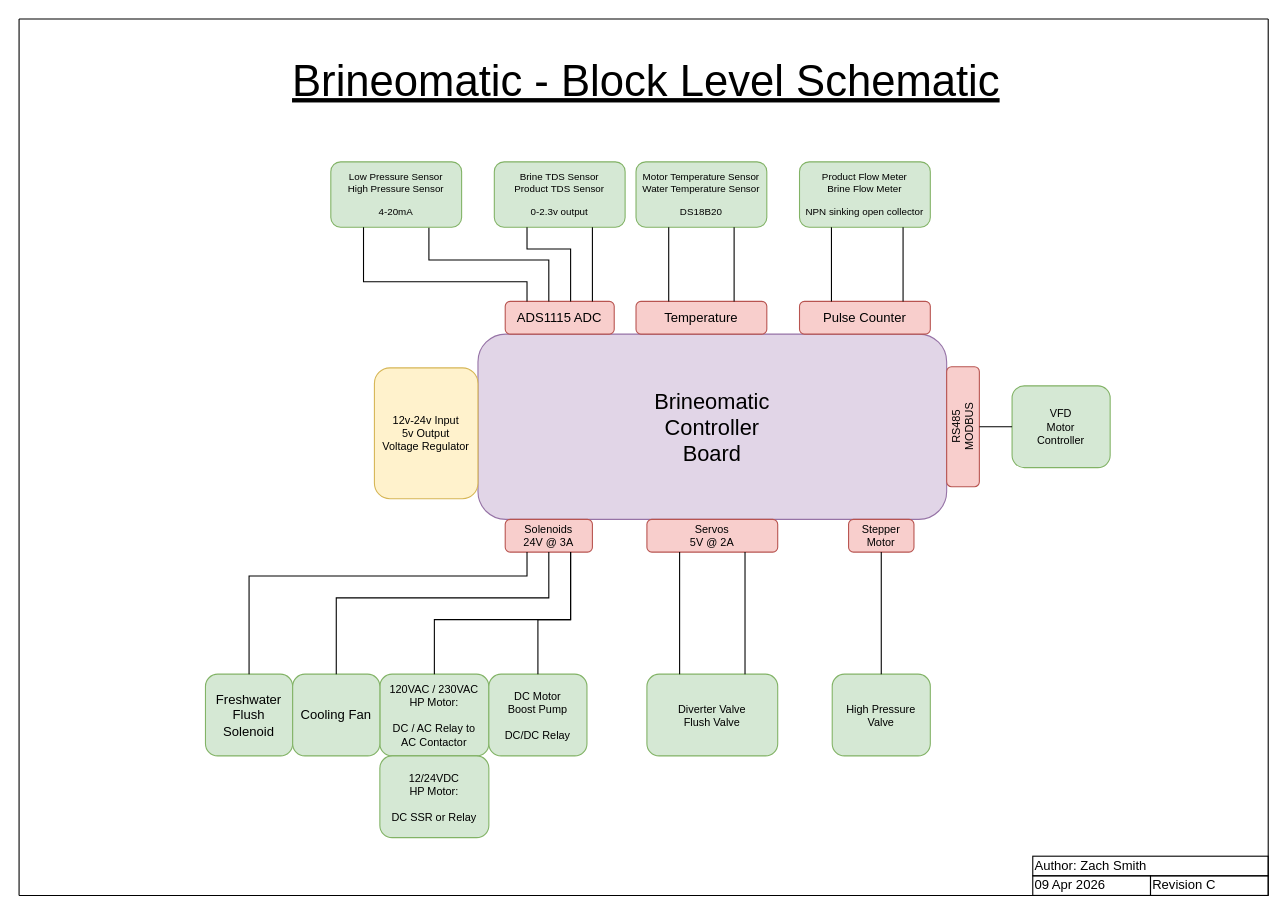
Before: page "Electrical - Control Board" (2 of 5) of diagrams/Brine-o-Matic 9000.drawio in hoeken/brineomatic-website, a draw.io diagram. Source tidied: cells renumbered, new cells numbered last; positions are measured from the earlier drawing's top-left corner, leaving out a move shared by most shapes. Both pictures are drawn from the tidied source at 109%, with x=0, y=0 at pixel (19, 19).
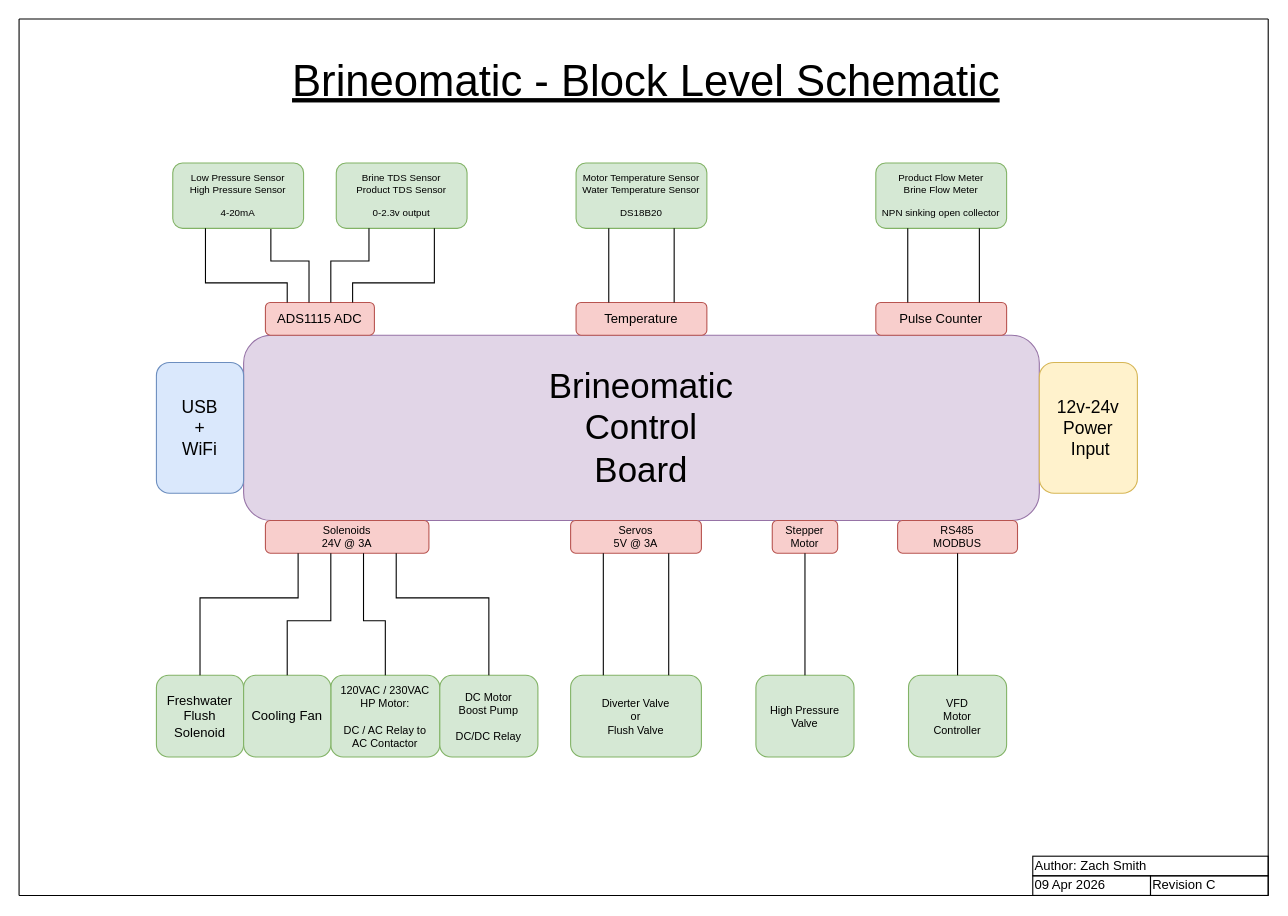
The same diagram, later.

Commit message (it also covers changes not shown here):
updated the brineomatic diagrams

What changed in the source:
```diff
@@
-    <mxCell id="2" value="Brineomatic&lt;br style=&quot;font-size: 20px;&quot;&gt;Controller&lt;br style=&quot;font-size: 20px;&quot;&gt;Board" style="rounded=1;whiteSpace=wrap;html=1;fillColor=#e1d5e7;strokeColor=#9673a6;fontSize=20;" parent="1" vertex="1">
-      <mxGeometry x="421" y="289" width="430" height="170" as="geometry" />
+    <mxCell id="2" value="&lt;font style=&quot;font-size: 32px;&quot;&gt;Brineomatic&lt;br style=&quot;&quot;&gt;Control&lt;br style=&quot;&quot;&gt;Board&lt;/font&gt;" style="rounded=1;whiteSpace=wrap;html=1;fillColor=#e1d5e7;strokeColor=#9673a6;fontSize=20;" parent="1" vertex="1">
+      <mxGeometry x="206" y="290" width="730" height="170" as="geometry" />
     </mxCell>
     <mxCell id="3" value="Freshwater&lt;br style=&quot;font-size: 12px;&quot;&gt;Flush&lt;br style=&quot;font-size: 12px;&quot;&gt;Solenoid&lt;br&gt;" style="rounded=1;whiteSpace=wrap;html=1;fillColor=#d5e8d4;strokeColor=#82b366;fontSize=12;" parent="1" vertex="1">
-      <mxGeometry x="171" y="601" width="80" height="75" as="geometry" />
+      <mxGeometry x="126" y="602" width="80" height="75" as="geometry" />
     </mxCell>
     <mxCell id="4" value="120VAC / 230VAC&lt;br&gt;HP Motor:&lt;br&gt;&lt;br style=&quot;font-size: 10px;&quot;&gt;DC / AC Relay to&lt;br style=&quot;font-size: 10px;&quot;&gt;AC Contactor" style="rounded=1;whiteSpace=wrap;html=1;fillColor=#d5e8d4;strokeColor=#82b366;fontSize=10;" parent="1" vertex="1">
-      <mxGeometry x="331" y="601" width="100" height="75" as="geometry" />
+      <mxGeometry x="286" y="602" width="100" height="75" as="geometry" />
     </mxCell>
-    <mxCell id="5" value="Diverter Valve&lt;br&gt;Flush Valve" style="rounded=1;whiteSpace=wrap;html=1;fillColor=#d5e8d4;strokeColor=#82b366;fontSize=10;" parent="1" vertex="1">
-      <mxGeometry x="576" y="601" width="120" height="75" as="geometry" />
+    <mxCell id="5" value="Diverter Valve&lt;br&gt;or&lt;br&gt;Flush Valve" style="rounded=1;whiteSpace=wrap;html=1;fillColor=#d5e8d4;strokeColor=#82b366;fontSize=10;" parent="1" vertex="1">
+      <mxGeometry x="506" y="602" width="120" height="75" as="geometry" />
     </mxCell>
     <mxCell id="6" value="Brine TDS Sensor&lt;br&gt;Product TDS Sensor&lt;br&gt;&lt;br&gt;0-2.3v output" style="rounded=1;whiteSpace=wrap;html=1;fillColor=#d5e8d4;strokeColor=#82b366;fontSize=9;" parent="1" vertex="1">
-      <mxGeometry x="436" y="131" width="120" height="60" as="geometry" />
+      <mxGeometry x="291" y="132" width="120" height="60" as="geometry" />
     </mxCell>
     <mxCell id="7" value="Cooling Fan" style="rounded=1;whiteSpace=wrap;html=1;fillColor=#d5e8d4;strokeColor=#82b366;" parent="1" vertex="1">
-      <mxGeometry x="251" y="601" width="80" height="75" as="geometry" />
+      <mxGeometry x="206" y="602" width="80" height="75" as="geometry" />
     </mxCell>
     <mxCell id="8" value="ADS1115 ADC" style="rounded=1;whiteSpace=wrap;html=1;fillColor=#f8cecc;strokeColor=#b85450;points=[[0,0,0,0,0],[0,0.23,0,0,0],[0,0.5,0,0,0],[0,0.77,0,0,0],[0,1,0,0,0],[0.2,0,0,0,0],[0.25,1,0,0,0],[0.4,0,0,0,0],[0.5,1,0,0,0],[0.6,0,0,0,0],[0.75,1,0,0,0],[0.8,0,0,0,0],[1,0,0,0,0],[1,0.27,0,0,0],[1,0.5,0,0,0],[1,0.77,0,0,0],[1,1,0,0,0]];" parent="1" vertex="1">
-      <mxGeometry x="446" y="259" width="100" height="30" as="geometry" />
+      <mxGeometry x="226" y="260" width="100" height="30" as="geometry" />
     </mxCell>
     <mxCell id="9" style="endArrow=none;html=1;rounded=0;entryX=0.25;entryY=1;entryDx=0;entryDy=0;exitX=0.6;exitY=0;exitDx=0;exitDy=0;exitPerimeter=0;edgeStyle=orthogonalEdgeStyle;" parent="1" edge="1" source="8" target="6">
       <mxGeometry relative="1" as="geometry">
         <Array as="points">
-          <mxPoint x="506" y="211" />
-          <mxPoint x="466" y="211" />
+          <mxPoint x="286" y="222" />
+          <mxPoint x="321" y="222" />
         </Array>
       </mxGeometry>
     </mxCell>
     <mxCell id="10" value="Pulse Counter" style="rounded=1;whiteSpace=wrap;html=1;fillColor=#f8cecc;strokeColor=#b85450;" parent="1" vertex="1">
-      <mxGeometry x="716" y="259" width="120" height="30" as="geometry" />
+      <mxGeometry x="786" y="260" width="120" height="30" as="geometry" />
     </mxCell>
     <mxCell id="11" style="endArrow=none;html=1;rounded=0;entryX=0.75;entryY=1;entryDx=0;entryDy=0;exitX=0.4;exitY=0;exitDx=0;exitDy=0;exitPerimeter=0;edgeStyle=orthogonalEdgeStyle;" parent="1" edge="1" source="8" target="19">
       <mxGeometry relative="1" as="geometry">
         <Array as="points">
-          <mxPoint x="486" y="221" />
-          <mxPoint x="376" y="221" />
+          <mxPoint x="266" y="222" />
+          <mxPoint x="231" y="222" />
         </Array>
       </mxGeometry>
     </mxCell>
-    <mxCell id="12" value="Solenoids&lt;br style=&quot;font-size: 10px;&quot;&gt;24V @ 3A" style="rounded=1;whiteSpace=wrap;html=1;fillColor=#f8cecc;strokeColor=#b85450;points=[[0,0,0,0,0],[0,0.23,0,0,0],[0,0.5,0,0,0],[0,0.77,0,0,0],[0,1,0,0,0],[0.2,0,0,0,0],[0.25,1,0,0,0],[0.4,0,0,0,0],[0.5,1,0,0,0],[0.6,0,0,0,0],[0.75,1,0,0,0],[0.8,0,0,0,0],[1,0,0,0,0],[1,0.27,0,0,0],[1,0.5,0,0,0],[1,0.77,0,0,0],[1,1,0,0,0]];fontSize=10;" parent="1" vertex="1">
-      <mxGeometry x="446" y="459" width="80" height="30" as="geometry" />
+    <mxCell id="12" value="Solenoids&lt;br style=&quot;font-size: 10px;&quot;&gt;24V @ 3A" style="rounded=1;whiteSpace=wrap;html=1;fillColor=#f8cecc;strokeColor=#b85450;points=[[0,0,0,0,0],[0,0.23,0,0,0],[0,0.5,0,0,0],[0,0.77,0,0,0],[0,1,0,0,0],[0.2,0,0,0,0],[0.2,1,0,0,0],[0.4,0,0,0,0],[0.4,1,0,0,0],[0.6,0,0,0,0],[0.6,1,0,0,0],[0.8,0,0,0,0],[0.8,1,0,0,0],[1,0,0,0,0],[1,0.27,0,0,0],[1,0.5,0,0,0],[1,0.77,0,0,0],[1,1,0,0,0]];fontSize=10;" parent="1" vertex="1">
+      <mxGeometry x="226" y="460" width="150" height="30" as="geometry" />
     </mxCell>
-    <mxCell id="13" style="endArrow=none;html=1;rounded=0;fontSize=10;exitX=0.5;exitY=0;exitDx=0;exitDy=0;entryX=0.25;entryY=1;entryDx=0;entryDy=0;entryPerimeter=0;edgeStyle=orthogonalEdgeStyle;" parent="1" edge="1" source="3" target="12">
+    <mxCell id="13" style="endArrow=none;html=1;rounded=0;fontSize=10;exitX=0.5;exitY=0;exitDx=0;exitDy=0;entryX=0.2;entryY=1;entryDx=0;entryDy=0;entryPerimeter=0;edgeStyle=orthogonalEdgeStyle;" parent="1" edge="1" source="3" target="12">
       <mxGeometry relative="1" as="geometry">
         <Array as="points">
-          <mxPoint x="211" y="511" />
-          <mxPoint x="466" y="511" />
+          <mxPoint x="166" y="531" />
+          <mxPoint x="256" y="531" />
         </Array>
       </mxGeometry>
     </mxCell>
-    <mxCell id="14" style="endArrow=none;html=1;rounded=0;fontSize=10;exitX=0.5;exitY=0;exitDx=0;exitDy=0;entryX=0.5;entryY=1;entryDx=0;entryDy=0;entryPerimeter=0;edgeStyle=orthogonalEdgeStyle;" parent="1" edge="1" source="7" target="12">
+    <mxCell id="14" style="endArrow=none;html=1;rounded=0;fontSize=10;exitX=0.5;exitY=0;exitDx=0;exitDy=0;entryX=0.4;entryY=1;entryDx=0;entryDy=0;entryPerimeter=0;edgeStyle=orthogonalEdgeStyle;" parent="1" edge="1" source="7" target="12">
       <mxGeometry relative="1" as="geometry">
         <Array as="points">
-          <mxPoint x="291" y="531" />
-          <mxPoint x="486" y="531" />
+          <mxPoint x="246" y="552" />
+          <mxPoint x="286" y="552" />
         </Array>
       </mxGeometry>
     </mxCell>
-    <mxCell id="15" style="endArrow=none;html=1;rounded=0;fontSize=10;exitX=0.75;exitY=1;exitDx=0;exitDy=0;exitPerimeter=0;entryX=0.5;entryY=0;entryDx=0;entryDy=0;edgeStyle=orthogonalEdgeStyle;" parent="1" edge="1" source="12" target="4">
+    <mxCell id="15" style="endArrow=none;html=1;rounded=0;fontSize=10;exitX=0.6;exitY=1;exitDx=0;exitDy=0;exitPerimeter=0;entryX=0.5;entryY=0;entryDx=0;entryDy=0;edgeStyle=orthogonalEdgeStyle;" parent="1" edge="1" source="12" target="4">
       <mxGeometry relative="1" as="geometry">
         <Array as="points">
-          <mxPoint x="506" y="551" />
-          <mxPoint x="381" y="551" />
+          <mxPoint x="316" y="552" />
+          <mxPoint x="336" y="552" />
         </Array>
       </mxGeometry>
     </mxCell>
-    <mxCell id="16" value="Servos&lt;br&gt;5V @ 2A" style="rounded=1;whiteSpace=wrap;html=1;fillColor=#f8cecc;strokeColor=#b85450;points=[[0,0,0,0,0],[0,0.23,0,0,0],[0,0.5,0,0,0],[0,0.77,0,0,0],[0,1,0,0,0],[0.2,0,0,0,0],[0.25,1,0,0,0],[0.4,0,0,0,0],[0.5,1,0,0,0],[0.6,0,0,0,0],[0.75,1,0,0,0],[0.8,0,0,0,0],[1,0,0,0,0],[1,0.27,0,0,0],[1,0.5,0,0,0],[1,0.77,0,0,0],[1,1,0,0,0]];fontSize=10;" parent="1" vertex="1">
-      <mxGeometry x="576" y="459" width="120" height="30" as="geometry" />
+    <mxCell id="16" value="Servos&lt;br&gt;5V @ 3A" style="rounded=1;whiteSpace=wrap;html=1;fillColor=#f8cecc;strokeColor=#b85450;points=[[0,0,0,0,0],[0,0.23,0,0,0],[0,0.5,0,0,0],[0,0.77,0,0,0],[0,1,0,0,0],[0.2,0,0,0,0],[0.25,1,0,0,0],[0.4,0,0,0,0],[0.5,1,0,0,0],[0.6,0,0,0,0],[0.75,1,0,0,0],[0.8,0,0,0,0],[1,0,0,0,0],[1,0.27,0,0,0],[1,0.5,0,0,0],[1,0.77,0,0,0],[1,1,0,0,0]];fontSize=10;" parent="1" vertex="1">
+      <mxGeometry x="506" y="460" width="120" height="30" as="geometry" />
     </mxCell>
@@
-    <mxCell id="18" value="12v-24v Input&lt;br&gt;5v Output&lt;br&gt;Voltage Regulator" style="rounded=1;whiteSpace=wrap;html=1;fontSize=10;fillColor=#fff2cc;strokeColor=#d6b656;" parent="1" vertex="1">
-      <mxGeometry x="326" y="320" width="95" height="120" as="geometry" />
+    <mxCell id="18" value="12v-24v&lt;br&gt;Power&lt;br&gt;&amp;nbsp;Input" style="rounded=1;whiteSpace=wrap;html=1;fontSize=16;fillColor=#fff2cc;strokeColor=#d6b656;" parent="1" vertex="1">
+      <mxGeometry x="936" y="315" width="90" height="120" as="geometry" />
     </mxCell>
     <mxCell id="19" value="Low Pressure Sensor&lt;br&gt;High Pressure Sensor&lt;br&gt;&lt;br&gt;4-20mA" style="rounded=1;whiteSpace=wrap;html=1;fillColor=#d5e8d4;strokeColor=#82b366;fontSize=9;" parent="1" vertex="1">
-      <mxGeometry x="286" y="131" width="120" height="60" as="geometry" />
+      <mxGeometry x="141" y="132" width="120" height="60" as="geometry" />
     </mxCell>
     <mxCell id="20" style="endArrow=none;html=1;rounded=0;entryX=0.25;entryY=1;entryDx=0;entryDy=0;exitX=0.2;exitY=0;exitDx=0;exitDy=0;exitPerimeter=0;edgeStyle=orthogonalEdgeStyle;" parent="1" edge="1" source="8" target="19">
       <mxGeometry relative="1" as="geometry">
         <Array as="points">
-          <mxPoint x="466" y="241" />
-          <mxPoint x="316" y="241" />
+          <mxPoint x="246" y="242" />
+          <mxPoint x="171" y="242" />
         </Array>
       </mxGeometry>
     </mxCell>
@@
     <mxCell id="29" value="DC Motor&lt;br style=&quot;font-size: 10px;&quot;&gt;Boost Pump&lt;br style=&quot;font-size: 10px;&quot;&gt;&lt;br style=&quot;font-size: 10px;&quot;&gt;DC/DC Relay" style="rounded=1;whiteSpace=wrap;html=1;fillColor=#d5e8d4;strokeColor=#82b366;fontSize=10;" parent="1" vertex="1">
-      <mxGeometry x="431" y="601" width="90" height="75" as="geometry" />
+      <mxGeometry x="386" y="602" width="90" height="75" as="geometry" />
     </mxCell>
-    <mxCell id="30" style="endArrow=none;html=1;rounded=0;fontSize=10;exitX=0.75;exitY=1;exitDx=0;exitDy=0;exitPerimeter=0;entryX=0.5;entryY=0;entryDx=0;entryDy=0;edgeStyle=orthogonalEdgeStyle;" parent="1" edge="1" source="12" target="29">
+    <mxCell id="30" style="endArrow=none;html=1;rounded=0;fontSize=10;exitX=0.8;exitY=1;exitDx=0;exitDy=0;exitPerimeter=0;entryX=0.5;entryY=0;entryDx=0;entryDy=0;edgeStyle=orthogonalEdgeStyle;" parent="1" edge="1" source="12" target="29">
       <mxGeometry relative="1" as="geometry">
         <Array as="points">
-          <mxPoint x="506" y="551" />
-          <mxPoint x="476" y="551" />
+          <mxPoint x="346" y="531" />
+          <mxPoint x="431" y="531" />
         </Array>
       </mxGeometry>
     </mxCell>
-    <mxCell id="31" value="12/24VDC&lt;br&gt;HP Motor:&lt;br&gt;&lt;br style=&quot;font-size: 10px;&quot;&gt;DC SSR or Relay" style="rounded=1;whiteSpace=wrap;html=1;fillColor=#d5e8d4;strokeColor=#82b366;fontSize=10;" parent="1" vertex="1">
-      <mxGeometry x="331" y="676" width="100" height="75" as="geometry" />
-    </mxCell>
     <mxCell id="32" value="Motor Temperature Sensor&lt;br&gt;Water Temperature Sensor&lt;br&gt;&lt;br&gt;DS18B20" style="rounded=1;whiteSpace=wrap;html=1;fillColor=#d5e8d4;strokeColor=#82b366;fontSize=9;" parent="1" vertex="1">
-      <mxGeometry x="566" y="131" width="120" height="60" as="geometry" />
+      <mxGeometry x="511" y="132" width="120" height="60" as="geometry" />
     </mxCell>
     <mxCell id="33" value="Product Flow Meter&lt;br&gt;Brine Flow Meter&lt;br&gt;&lt;br&gt;NPN sinking open collector" style="rounded=1;whiteSpace=wrap;html=1;fillColor=#d5e8d4;strokeColor=#82b366;fontSize=9;" parent="1" vertex="1">
-      <mxGeometry x="716" y="131" width="120" height="60" as="geometry" />
+      <mxGeometry x="786" y="132" width="120" height="60" as="geometry" />
     </mxCell>
     <mxCell id="34" value="High Pressure&lt;br&gt;Valve" style="rounded=1;whiteSpace=wrap;html=1;fillColor=#d5e8d4;strokeColor=#82b366;fontSize=10;" parent="1" vertex="1">
-      <mxGeometry x="746" y="601" width="90" height="75" as="geometry" />
+      <mxGeometry x="676" y="602" width="90" height="75" as="geometry" />
     </mxCell>
     <mxCell id="35" value="Stepper Motor" style="rounded=1;whiteSpace=wrap;html=1;fillColor=#f8cecc;strokeColor=#b85450;points=[[0,0,0,0,0],[0,0.23,0,0,0],[0,0.5,0,0,0],[0,0.77,0,0,0],[0,1,0,0,0],[0.2,0,0,0,0],[0.25,1,0,0,0],[0.4,0,0,0,0],[0.5,1,0,0,0],[0.6,0,0,0,0],[0.75,1,0,0,0],[0.8,0,0,0,0],[1,0,0,0,0],[1,0.27,0,0,0],[1,0.5,0,0,0],[1,0.77,0,0,0],[1,1,0,0,0]];fontSize=10;" parent="1" vertex="1">
-      <mxGeometry x="761" y="459" width="60" height="30" as="geometry" />
+      <mxGeometry x="691" y="460" width="60" height="30" as="geometry" />
     </mxCell>
@@
     <mxCell id="37" value="Temperature" style="rounded=1;whiteSpace=wrap;html=1;fillColor=#f8cecc;strokeColor=#b85450;" parent="1" vertex="1">
-      <mxGeometry x="566" y="259" width="120" height="30" as="geometry" />
+      <mxGeometry x="511" y="260" width="120" height="30" as="geometry" />
     </mxCell>
     <mxCell id="38" style="endArrow=none;html=1;rounded=0;entryX=0.75;entryY=1;entryDx=0;entryDy=0;exitX=0.8;exitY=0;exitDx=0;exitDy=0;exitPerimeter=0;edgeStyle=orthogonalEdgeStyle;" parent="1" edge="1" source="8" target="6">
       <mxGeometry relative="1" as="geometry">
         <Array as="points">
-          <mxPoint x="526" y="201" />
-          <mxPoint x="526" y="201" />
+          <mxPoint x="306" y="242" />
+          <mxPoint x="381" y="242" />
         </Array>
       </mxGeometry>
     </mxCell>
     <mxCell id="39" style="endArrow=none;html=1;rounded=0;entryX=0.25;entryY=1;entryDx=0;entryDy=0;exitX=0.25;exitY=0;exitDx=0;exitDy=0;edgeStyle=orthogonalEdgeStyle;" parent="1" edge="1" source="37" target="32">
       <mxGeometry relative="1" as="geometry">
         <Array as="points">
-          <mxPoint x="596" y="221" />
-          <mxPoint x="596" y="221" />
+          <mxPoint x="541" y="222" />
+          <mxPoint x="541" y="222" />
         </Array>
       </mxGeometry>
     </mxCell>
     <mxCell id="40" style="endArrow=none;html=1;rounded=0;entryX=0.75;entryY=1;entryDx=0;entryDy=0;exitX=0.75;exitY=0;exitDx=0;exitDy=0;edgeStyle=orthogonalEdgeStyle;" parent="1" edge="1" source="37" target="32">
       <mxGeometry relative="1" as="geometry">
         <Array as="points">
-          <mxPoint x="656" y="221" />
-          <mxPoint x="656" y="221" />
+          <mxPoint x="601" y="222" />
+          <mxPoint x="601" y="222" />
         </Array>
       </mxGeometry>
     </mxCell>
     <mxCell id="41" style="endArrow=none;html=1;rounded=0;entryX=0.25;entryY=1;entryDx=0;entryDy=0;exitX=0.25;exitY=0;exitDx=0;exitDy=0;edgeStyle=orthogonalEdgeStyle;" parent="1" edge="1">
       <mxGeometry relative="1" as="geometry">
-        <mxPoint x="745.3" y="259" as="sourcePoint" />
-        <mxPoint x="745.3" y="191" as="targetPoint" />
+        <mxPoint x="815.3" y="260" as="sourcePoint" />
+        <mxPoint x="815.3" y="192" as="targetPoint" />
         <Array as="points">
-          <mxPoint x="745.3" y="221" />
-          <mxPoint x="745.3" y="221" />
+          <mxPoint x="815.3" y="222" />
+          <mxPoint x="815.3" y="222" />
         </Array>
       </mxGeometry>
     </mxCell>
     <mxCell id="42" style="endArrow=none;html=1;rounded=0;entryX=0.25;entryY=1;entryDx=0;entryDy=0;exitX=0.25;exitY=0;exitDx=0;exitDy=0;edgeStyle=orthogonalEdgeStyle;" parent="1" edge="1">
       <mxGeometry relative="1" as="geometry">
-        <mxPoint x="811" y="259" as="sourcePoint" />
-        <mxPoint x="811" y="191" as="targetPoint" />
+        <mxPoint x="881" y="260" as="sourcePoint" />
+        <mxPoint x="881" y="192" as="targetPoint" />
         <Array as="points">
-          <mxPoint x="811" y="221" />
-          <mxPoint x="811" y="221" />
+          <mxPoint x="881" y="222" />
+          <mxPoint x="881" y="222" />
         </Array>
       </mxGeometry>
     </mxCell>
@@
     <mxCell id="44" value="VFD&lt;br&gt;Motor&lt;br&gt;Controller" style="rounded=1;whiteSpace=wrap;html=1;fillColor=#d5e8d4;strokeColor=#82b366;fontSize=10;" parent="1" vertex="1">
-      <mxGeometry x="911" y="336.5" width="90" height="75" as="geometry" />
+      <mxGeometry x="816" y="602" width="90" height="75" as="geometry" />
     </mxCell>
-    <mxCell id="45" value="RS485&lt;br&gt;MODBUS" style="rounded=1;whiteSpace=wrap;html=1;fillColor=#f8cecc;strokeColor=#b85450;points=[[0,0,0,0,0],[0,0.23,0,0,0],[0,0.5,0,0,0],[0,0.77,0,0,0],[0,1,0,0,0],[0.2,0,0,0,0],[0.25,1,0,0,0],[0.4,0,0,0,0],[0.5,1,0,0,0],[0.6,0,0,0,0],[0.75,1,0,0,0],[0.8,0,0,0,0],[1,0,0,0,0],[1,0.27,0,0,0],[1,0.5,0,0,0],[1,0.77,0,0,0],[1,1,0,0,0]];fontSize=10;rotation=-90;" parent="1" vertex="1">
-      <mxGeometry x="811" y="359" width="110" height="30" as="geometry" />
+    <mxCell id="45" value="RS485&lt;br&gt;MODBUS" style="rounded=1;whiteSpace=wrap;html=1;fillColor=#f8cecc;strokeColor=#b85450;points=[[0,0,0,0,0],[0,0.23,0,0,0],[0,0.5,0,0,0],[0,0.77,0,0,0],[0,1,0,0,0],[0.2,0,0,0,0],[0.25,1,0,0,0],[0.4,0,0,0,0],[0.5,1,0,0,0],[0.6,0,0,0,0],[0.75,1,0,0,0],[0.8,0,0,0,0],[1,0,0,0,0],[1,0.27,0,0,0],[1,0.5,0,0,0],[1,0.77,0,0,0],[1,1,0,0,0]];fontSize=10;rotation=0;" parent="1" vertex="1">
+      <mxGeometry x="806" y="460" width="110" height="30" as="geometry" />
     </mxCell>
-    <mxCell id="46" style="endArrow=none;html=1;rounded=0;entryX=0;entryY=0.5;entryDx=0;entryDy=0;exitX=0.5;exitY=1;exitDx=0;exitDy=0;edgeStyle=orthogonalEdgeStyle;exitPerimeter=0;" parent="1" edge="1" source="45" target="44">
+    <mxCell id="46" style="endArrow=none;html=1;rounded=0;fontSize=10;entryX=0.5;entryY=0;entryDx=0;entryDy=0;edgeStyle=orthogonalEdgeStyle;exitX=0.5;exitY=1;exitDx=0;exitDy=0;exitPerimeter=0;" parent="1" edge="1" source="45" target="44">
       <mxGeometry relative="1" as="geometry" />
     </mxCell>
+    <mxCell id="47" value="USB&lt;br&gt;+&lt;br&gt;WiFi" style="rounded=1;whiteSpace=wrap;html=1;fontSize=16;fillColor=#dae8fc;strokeColor=#6c8ebf;" parent="1" vertex="1">
+      <mxGeometry x="126" y="315" width="80" height="120" as="geometry" />
+    </mxCell>
```
